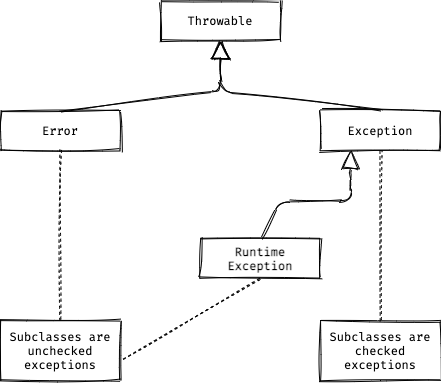
Before: notes/core-java/exceptions/the-exception-hierarchy.png, a diagram exported from draw.io (rimonmostafiz/practice-java). Source tidied: cells renumbered, new cells last; positions are measured from the earlier drawing's top-left corner, leaving out a move shared by most shapes.
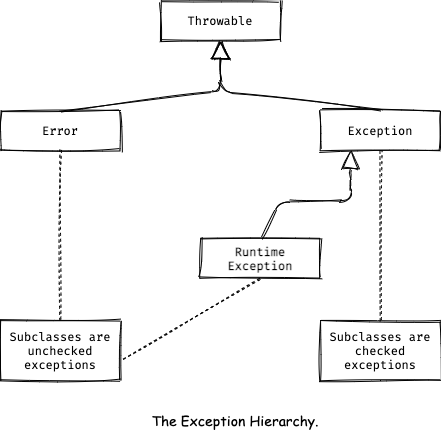
Later version of the same file.

Commit message:
Update the-exception-hierarchy image

The edit, as a diff of the source:
```diff
@@ -58,5 +58,8 @@
     <mxCell id="15" style="edgeStyle=orthogonalEdgeStyle;orthogonalLoop=1;jettySize=auto;html=1;exitX=0.5;exitY=1;exitDx=0;exitDy=0;sketch=1;" parent="1" edge="1" source="7" target="7">
       <mxGeometry relative="1" as="geometry" />
     </mxCell>
+    <mxCell id="16" value="The Exception Hierarchy." style="text;html=1;strokeColor=none;fillColor=none;align=center;verticalAlign=middle;whiteSpace=wrap;rounded=0;fontFamily=Comic Sans MS;fontSize=14;" parent="1" vertex="1">
+      <mxGeometry x="110" y="410" width="250" height="20" as="geometry" />
+    </mxCell>
   </root>
 </mxGraphModel>
```
